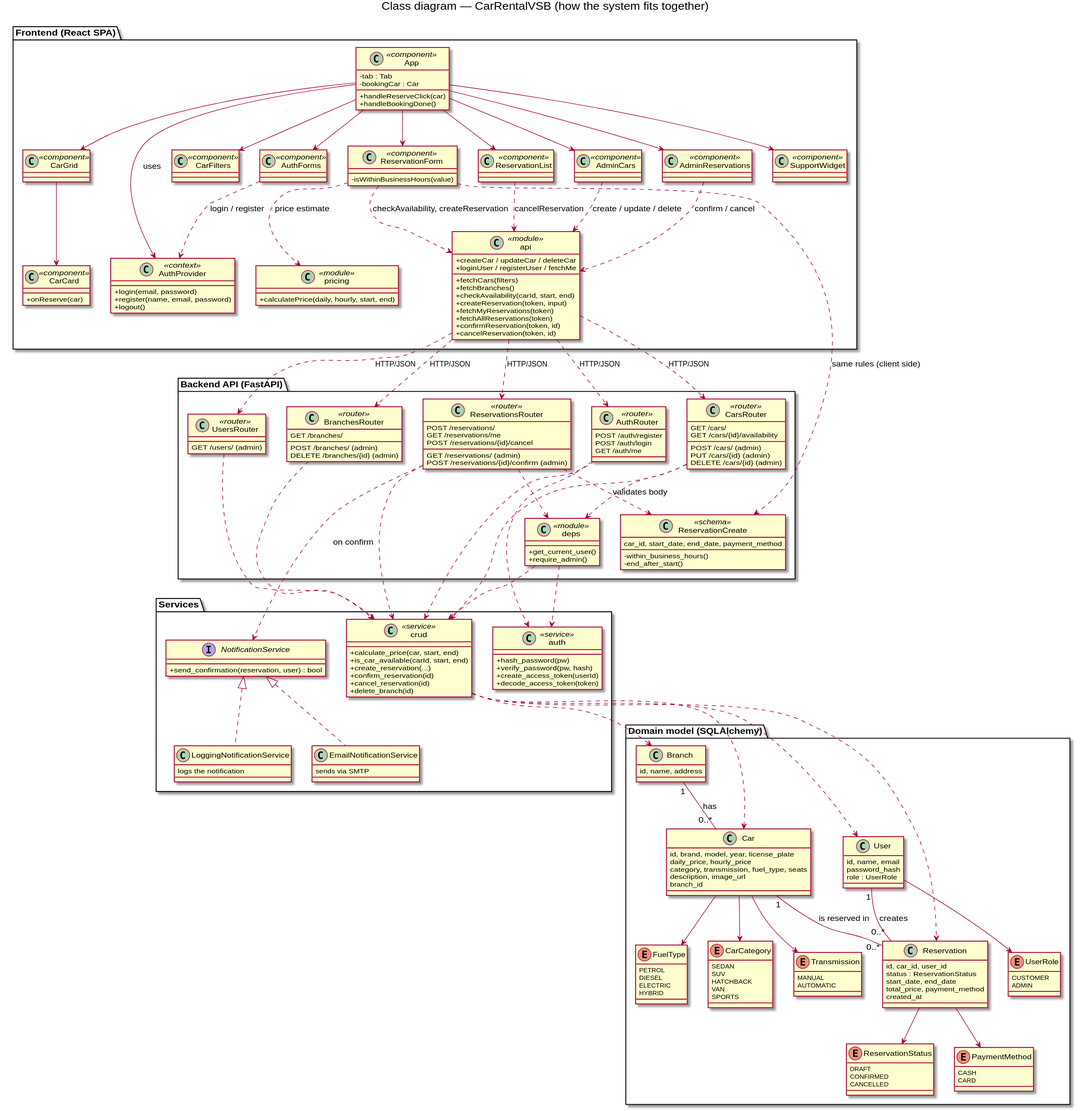
The PlantUML diagram docs/diagrams/class-system.svg in DavidMagyarics/CarRentalVSB, before a commit. The source it was exported from:
```plantuml
@startuml class-system
skinparam backgroundColor white
skinparam classAttributeIconSize 0
title Class diagram — CarRentalVSB (how the system fits together)

package "Frontend (React SPA)" {
  class App <<component>> {
    -tab : Tab
    -bookingCar : Car
    +handleReserveClick(car)
    +handleBookingDone()
  }
  class AuthProvider <<context>> {
    +login(email, password)
    +register(name, email, password)
    +logout()
  }
  class api <<module>> {
    +fetchCars(filters)
    +fetchBranches()
    +checkAvailability(carId, start, end)
    +createReservation(token, input)
    +fetchMyReservations(token)
    +fetchAllReservations(token)
    +confirmReservation(token, id)
    +cancelReservation(token, id)
    +createCar / updateCar / deleteCar
    +loginUser / registerUser / fetchMe
  }
  class pricing <<module>> {
    +calculatePrice(daily, hourly, start, end)
  }
  class CarGrid <<component>>
  class CarCard <<component>> {
    +onReserve(car)
  }
  class CarFilters <<component>>
  class ReservationForm <<component>> {
    -isWithinBusinessHours(value)
  }
  class ReservationList <<component>>
  class AdminCars <<component>>
  class AdminReservations <<component>>
  class AuthForms <<component>>
  class SupportWidget <<component>>
}

package "Backend API (FastAPI)" {
  class AuthRouter <<router>> {
    POST /auth/register
    POST /auth/login
    GET /auth/me
  }
  class CarsRouter <<router>> {
    GET /cars/
    POST /cars/  (admin)
    PUT /cars/{id}  (admin)
    DELETE /cars/{id}  (admin)
    GET /cars/{id}/availability
  }
  class BranchesRouter <<router>> {
    GET /branches/
    POST /branches/  (admin)
    DELETE /branches/{id}  (admin)
  }
  class ReservationsRouter <<router>> {
    POST /reservations/
    GET /reservations/me
    GET /reservations/  (admin)
    POST /reservations/{id}/confirm  (admin)
    POST /reservations/{id}/cancel
  }
  class UsersRouter <<router>> {
    GET /users/  (admin)
  }
  class deps <<module>> {
    +get_current_user()
    +require_admin()
  }
  class ReservationCreate <<schema>> {
    car_id, start_date, end_date, payment_method
    -within_business_hours()
    -end_after_start()
  }
}

package "Services" {
  class crud <<service>> {
    +calculate_price(car, start, end)
    +is_car_available(carId, start, end)
    +create_reservation(...)
    +confirm_reservation(id)
    +cancel_reservation(id)
    +delete_branch(id)
  }
  class auth <<service>> {
    +hash_password(pw)
    +verify_password(pw, hash)
    +create_access_token(userId)
    +decode_access_token(token)
  }
  interface NotificationService {
    +send_confirmation(reservation, user) : bool
  }
  class LoggingNotificationService {
    logs the notification
  }
  class EmailNotificationService {
    sends via SMTP
  }
}

package "Domain model (SQLAlchemy)" {
  class User {
    id, name, email
    password_hash
    role : UserRole
  }
  class Branch {
    id, name, address
  }
  class Car {
    id, brand, model, year, license_plate
    daily_price, hourly_price
    category, transmission, fuel_type, seats
    description, image_url
    branch_id
  }
  class Reservation {
    id, car_id, user_id
    status : ReservationStatus
    start_date, end_date
    total_price, payment_method
    created_at
  }
  enum UserRole {
    CUSTOMER
    ADMIN
  }
  enum ReservationStatus {
    DRAFT
    CONFIRMED
    CANCELLED
  }
  enum PaymentMethod {
    CASH
    CARD
  }
  enum CarCategory {
    SEDAN
    SUV
    HATCHBACK
    VAN
    SPORTS
  }
  enum Transmission {
    MANUAL
    AUTOMATIC
  }
  enum FuelType {
    PETROL
    DIESEL
    ELECTRIC
    HYBRID
  }
}

api ..> AuthRouter : HTTP/JSON
api ..> CarsRouter : HTTP/JSON
api ..> BranchesRouter : HTTP/JSON
api ..> ReservationsRouter : HTTP/JSON
api ..> UsersRouter : HTTP/JSON

App --> AuthProvider : uses
App --> CarGrid
App --> CarFilters
App --> AdminCars
App --> AdminReservations
App --> ReservationList
App --> ReservationForm
App --> AuthForms
App --> SupportWidget
CarGrid --> CarCard
ReservationForm ..> api : checkAvailability, createReservation
ReservationForm ..> pricing : price estimate
ReservationForm ..> ReservationCreate : same rules (client side)
ReservationList ..> api : cancelReservation
AdminReservations ..> api : confirm / cancel
AdminCars ..> api : create / update / delete
AuthForms ..> AuthProvider : login / register

AuthRouter ..> auth
AuthRouter ..> crud
CarsRouter ..> crud
CarsRouter ..> deps
BranchesRouter ..> crud
ReservationsRouter ..> crud
ReservationsRouter ..> deps
ReservationsRouter ..> NotificationService : on confirm
ReservationsRouter ..> ReservationCreate : validates body
UsersRouter ..> crud
deps ..> auth
deps ..> crud

crud ..> User
crud ..> Car
crud ..> Reservation
crud ..> Branch

NotificationService <|.. LoggingNotificationService
NotificationService <|.. EmailNotificationService

Branch "1" -- "0..*" Car : has
Car "1" -- "0..*" Reservation : is reserved in
User "1" -- "0..*" Reservation : creates
User --> UserRole
Reservation --> ReservationStatus
Reservation --> PaymentMethod
Car --> CarCategory
Car --> Transmission
Car --> FuelType
@enduml
```
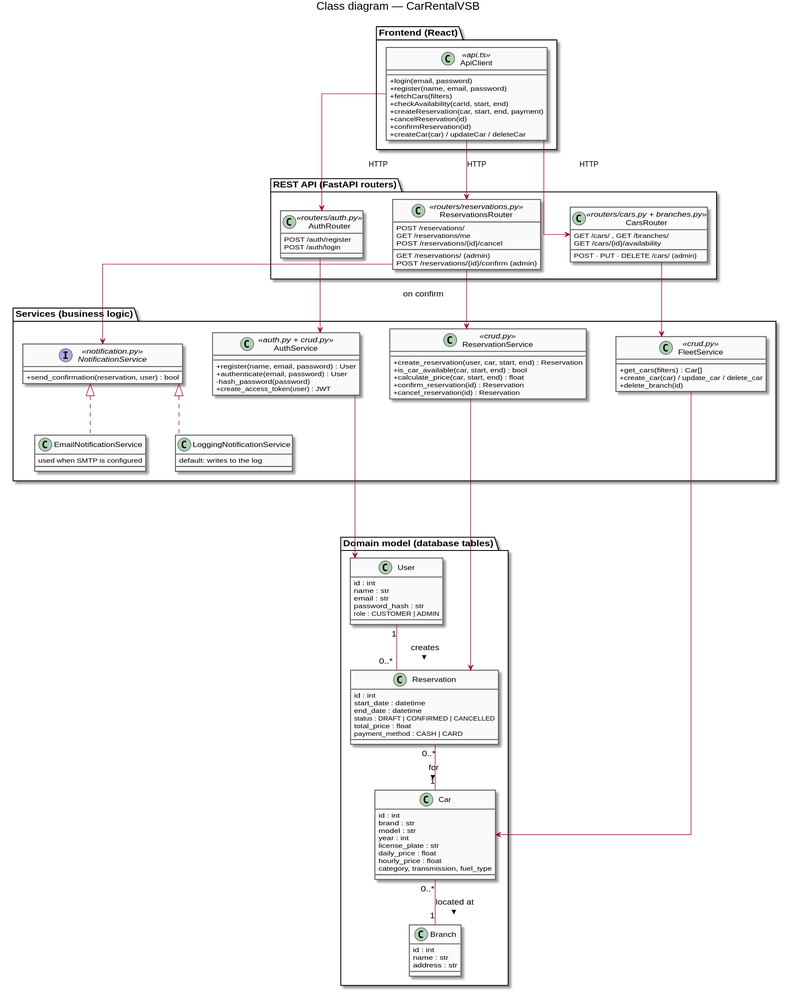
The same diagram one commit later.

Commit message:
chore: re-render PlantUML diagrams [skip ci]

Change to the diagram source:
```diff
@@ -1,222 +1,128 @@
 @startuml class-system
 skinparam backgroundColor white
 skinparam classAttributeIconSize 0
-title Class diagram — CarRentalVSB (how the system fits together)
+skinparam linetype ortho
+skinparam nodesep 50
+skinparam ranksep 60
+skinparam class {
+  BackgroundColor #FAFAFA
+  BorderColor #555555
+}
+title Class diagram — CarRentalVSB
 
-package "Frontend (React SPA)" {
-  class App <<component>> {
-    -tab : Tab
-    -bookingCar : Car
-    +handleReserveClick(car)
-    +handleBookingDone()
+package "Frontend (React)" {
+  class ApiClient <<api.ts>> {
+    + login(email, password)
+    + register(name, email, password)
+    + fetchCars(filters)
+    + checkAvailability(carId, start, end)
+    + createReservation(car, start, end, payment)
+    + cancelReservation(id)
+    + confirmReservation(id)
+    + createCar(car) / updateCar / deleteCar
   }
-  class AuthProvider <<context>> {
-    +login(email, password)
-    +register(name, email, password)
-    +logout()
-  }
-  class api <<module>> {
-    +fetchCars(filters)
-    +fetchBranches()
-    +checkAvailability(carId, start, end)
-    +createReservation(token, input)
-    +fetchMyReservations(token)
-    +fetchAllReservations(token)
-    +confirmReservation(token, id)
-    +cancelReservation(token, id)
-    +createCar / updateCar / deleteCar
-    +loginUser / registerUser / fetchMe
-  }
-  class pricing <<module>> {
-    +calculatePrice(daily, hourly, start, end)
-  }
-  class CarGrid <<component>>
-  class CarCard <<component>> {
-    +onReserve(car)
-  }
-  class CarFilters <<component>>
-  class ReservationForm <<component>> {
-    -isWithinBusinessHours(value)
-  }
-  class ReservationList <<component>>
-  class AdminCars <<component>>
-  class AdminReservations <<component>>
-  class AuthForms <<component>>
-  class SupportWidget <<component>>
 }
 
-package "Backend API (FastAPI)" {
-  class AuthRouter <<router>> {
+package "REST API (FastAPI routers)" {
+  class AuthRouter <<routers/auth.py>> {
     POST /auth/register
     POST /auth/login
-    GET /auth/me
   }
-  class CarsRouter <<router>> {
-    GET /cars/
-    POST /cars/  (admin)
-    PUT /cars/{id}  (admin)
-    DELETE /cars/{id}  (admin)
-    GET /cars/{id}/availability
-  }
-  class BranchesRouter <<router>> {
-    GET /branches/
-    POST /branches/  (admin)
-    DELETE /branches/{id}  (admin)
-  }
-  class ReservationsRouter <<router>> {
+  class ReservationsRouter <<routers/reservations.py>> {
     POST /reservations/
     GET /reservations/me
     GET /reservations/  (admin)
     POST /reservations/{id}/confirm  (admin)
     POST /reservations/{id}/cancel
   }
-  class UsersRouter <<router>> {
-    GET /users/  (admin)
-  }
-  class deps <<module>> {
-    +get_current_user()
-    +require_admin()
-  }
-  class ReservationCreate <<schema>> {
-    car_id, start_date, end_date, payment_method
-    -within_business_hours()
-    -end_after_start()
+  class CarsRouter <<routers/cars.py + branches.py>> {
+    GET /cars/ , GET /branches/
+    GET /cars/{id}/availability
+    POST · PUT · DELETE /cars/  (admin)
   }
 }
 
-package "Services" {
-  class crud <<service>> {
-    +calculate_price(car, start, end)
-    +is_car_available(carId, start, end)
-    +create_reservation(...)
-    +confirm_reservation(id)
-    +cancel_reservation(id)
-    +delete_branch(id)
+package "Services (business logic)" {
+  class AuthService <<auth.py + crud.py>> {
+    + register(name, email, password) : User
+    + authenticate(email, password) : User
+    - hash_password(password)
+    + create_access_token(user) : JWT
   }
-  class auth <<service>> {
-    +hash_password(pw)
-    +verify_password(pw, hash)
-    +create_access_token(userId)
-    +decode_access_token(token)
+  class ReservationService <<crud.py>> {
+    + create_reservation(user, car, start, end) : Reservation
+    + is_car_available(car, start, end) : bool
+    + calculate_price(car, start, end) : float
+    + confirm_reservation(id) : Reservation
+    + cancel_reservation(id) : Reservation
   }
-  interface NotificationService {
-    +send_confirmation(reservation, user) : bool
+  interface NotificationService <<notification.py>> {
+    + send_confirmation(reservation, user) : bool
   }
   class LoggingNotificationService {
-    logs the notification
+    default: writes to the log
   }
   class EmailNotificationService {
-    sends via SMTP
+    used when SMTP is configured
+  }
+  class FleetService <<crud.py>> {
+    + get_cars(filters) : Car[]
+    + create_car(car) / update_car / delete_car
+    + delete_branch(id)
   }
 }
 
-package "Domain model (SQLAlchemy)" {
+package "Domain model (database tables)" {
   class User {
-    id, name, email
-    password_hash
-    role : UserRole
+    id : int
+    name : str
+    email : str
+    password_hash : str
+    role : CUSTOMER | ADMIN
+  }
+  class Reservation {
+    id : int
+    start_date : datetime
+    end_date : datetime
+    status : DRAFT | CONFIRMED | CANCELLED
+    total_price : float
+    payment_method : CASH | CARD
+  }
+  class Car {
+    id : int
+    brand : str
+    model : str
+    year : int
+    license_plate : str
+    daily_price : float
+    hourly_price : float
+    category, transmission, fuel_type
   }
   class Branch {
-    id, name, address
-  }
-  class Car {
-    id, brand, model, year, license_plate
-    daily_price, hourly_price
-    category, transmission, fuel_type, seats
-    description, image_url
-    branch_id
-  }
-  class Reservation {
-    id, car_id, user_id
-    status : ReservationStatus
-    start_date, end_date
-    total_price, payment_method
-    created_at
-  }
-  enum UserRole {
-    CUSTOMER
-    ADMIN
-  }
-  enum ReservationStatus {
-    DRAFT
-    CONFIRMED
-    CANCELLED
-  }
-  enum PaymentMethod {
-    CASH
-    CARD
-  }
-  enum CarCategory {
-    SEDAN
-    SUV
-    HATCHBACK
-    VAN
-    SPORTS
-  }
-  enum Transmission {
-    MANUAL
-    AUTOMATIC
-  }
-  enum FuelType {
-    PETROL
-    DIESEL
-    ELECTRIC
-    HYBRID
+    id : int
+    name : str
+    address : str
   }
 }
 
-api ..> AuthRouter : HTTP/JSON
-api ..> CarsRouter : HTTP/JSON
-api ..> BranchesRouter : HTTP/JSON
-api ..> ReservationsRouter : HTTP/JSON
-api ..> UsersRouter : HTTP/JSON
 
-App --> AuthProvider : uses
-App --> CarGrid
-App --> CarFilters
-App --> AdminCars
-App --> AdminReservations
-App --> ReservationList
-App --> ReservationForm
-App --> AuthForms
-App --> SupportWidget
-CarGrid --> CarCard
-ReservationForm ..> api : checkAvailability, createReservation
-ReservationForm ..> pricing : price estimate
-ReservationForm ..> ReservationCreate : same rules (client side)
-ReservationList ..> api : cancelReservation
-AdminReservations ..> api : confirm / cancel
-AdminCars ..> api : create / update / delete
-AuthForms ..> AuthProvider : login / register
+ApiClient -down-> AuthRouter : HTTP
+ApiClient -down-> ReservationsRouter : HTTP
+ApiClient -down-> CarsRouter : HTTP
 
-AuthRouter ..> auth
-AuthRouter ..> crud
-CarsRouter ..> crud
-CarsRouter ..> deps
-BranchesRouter ..> crud
-ReservationsRouter ..> crud
-ReservationsRouter ..> deps
-ReservationsRouter ..> NotificationService : on confirm
-ReservationsRouter ..> ReservationCreate : validates body
-UsersRouter ..> crud
-deps ..> auth
-deps ..> crud
+AuthRouter -down-> AuthService
+ReservationsRouter -down-> ReservationService
+ReservationsRouter -down-> NotificationService : on confirm
+CarsRouter -down-> FleetService
 
-crud ..> User
-crud ..> Car
-crud ..> Reservation
-crud ..> Branch
+NotificationService <|.down. LoggingNotificationService
+NotificationService <|.down. EmailNotificationService
 
-NotificationService <|.. LoggingNotificationService
-NotificationService <|.. EmailNotificationService
+AuthService -down---> User
+ReservationService -down---> Reservation
+FleetService -down---> Car
 
-Branch "1" -- "0..*" Car : has
-Car "1" -- "0..*" Reservation : is reserved in
-User "1" -- "0..*" Reservation : creates
-User --> UserRole
-Reservation --> ReservationStatus
-Reservation --> PaymentMethod
-Car --> CarCategory
-Car --> Transmission
-Car --> FuelType
+User "1" -- "0..*" Reservation : creates >
+Reservation "0..*" -- "1" Car : for >
+Car "0..*" -- "1" Branch : located at >
 @enduml
```
